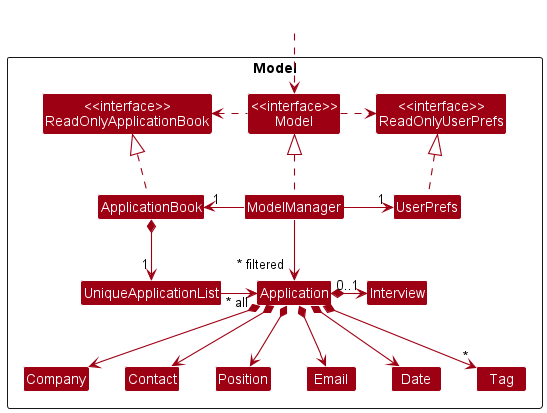
Above: docs/images/ModelClassDiagram.png in nus-cs2103-AY2223S1/tp (PlantUML), before the change.
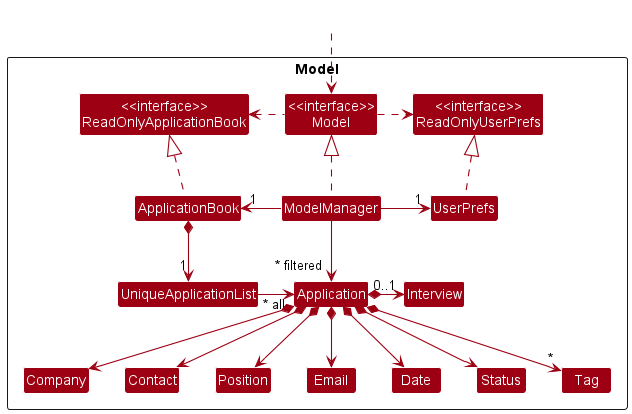
Above is the later version.

What changed in the source:
```diff
@@ -19,6 +19,7 @@
 Class Email
 Class Date
 Class Contact
+Enum Status
 Class Tag
 Class Interview
 
@@ -43,6 +44,7 @@
 Application *--> Email
 Application *--> Position
 Application *--> Date
+Application *--> Status
 Application *--> "*" Tag
 Application *-right-> "0..1" Interview
 
```
